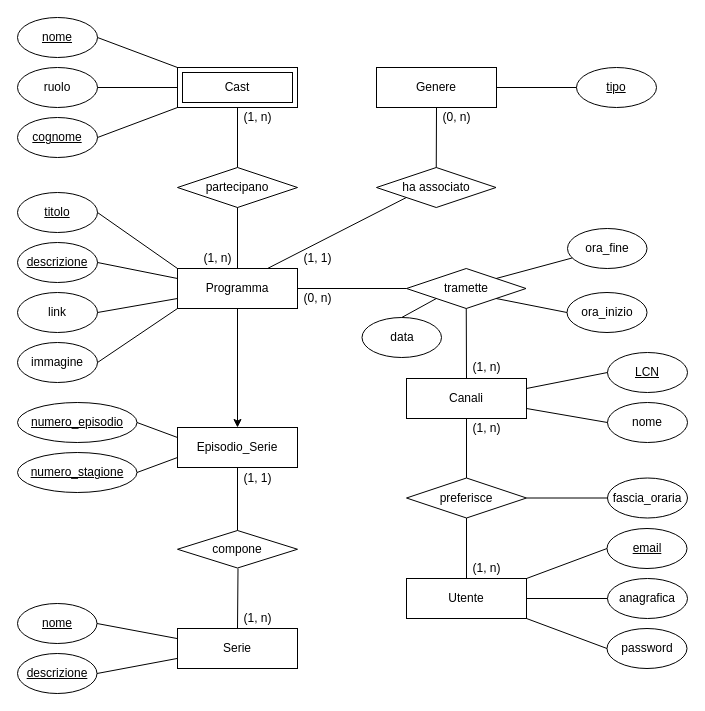
Earlier version of the draw.io diagram Diagramma ER.drawio (Timat-Piderma/progetto-DB). Source tidied: cells renumbered, new cells numbered last; positions are measured from the earlier drawing's top-left corner, leaving out a move shared by most shapes. Both pictures are drawn from the tidied source at 100%, with x=0, y=0 at pixel (17, 17).
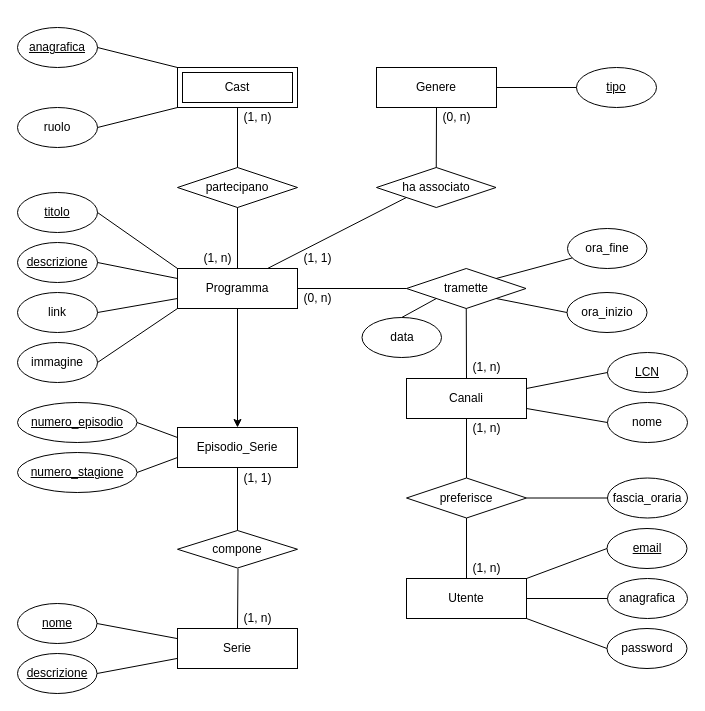
The same diagram, later.

Commit message (it also covers changes not shown here):
aggiornato diagramma er

Unchanged cells that the change refers to:
```xml
<mxCell id="7" value="Cast" style="shape=ext;margin=3;double=1;whiteSpace=wrap;html=1;align=center;fontFamily=Helvetica;fontSize=12;fontColor=default;strokeColor=default;fillColor=default;" parent="1" vertex="1">
  <mxGeometry x="160" y="50" width="120" height="40" as="geometry" />
</mxCell>
```

What changed in the source:
```diff
@@
-    <mxCell id="18" value="nome" style="ellipse;whiteSpace=wrap;html=1;align=center;fontStyle=4;" parent="1" vertex="1">
-      <mxGeometry width="80" height="40" as="geometry" />
+    <mxCell id="18" value="anagrafica" style="ellipse;whiteSpace=wrap;html=1;align=center;fontStyle=4;" parent="1" vertex="1">
+      <mxGeometry y="10" width="80" height="40" as="geometry" />
     </mxCell>
     <mxCell id="19" value="ruolo" style="ellipse;whiteSpace=wrap;html=1;align=center;" parent="1" vertex="1">
-      <mxGeometry y="50" width="80" height="40" as="geometry" />
+      <mxGeometry y="90" width="80" height="40" as="geometry" />
     </mxCell>
-    <mxCell id="20" value="&lt;u&gt;cognome&lt;/u&gt;" style="ellipse;whiteSpace=wrap;html=1;align=center;" parent="1" vertex="1">
-      <mxGeometry y="100" width="80" height="40" as="geometry" />
-    </mxCell>
@@
-    <mxCell id="30" style="endArrow=none;html=1;rounded=0;exitX=1;exitY=0.5;exitDx=0;exitDy=0;entryX=0;entryY=0.5;entryDx=0;entryDy=0;" parent="1" edge="1" source="19" target="7">
+    <mxCell id="30" style="endArrow=none;html=1;rounded=0;exitX=1;exitY=0.5;exitDx=0;exitDy=0;entryX=0;entryY=1;entryDx=0;entryDy=0;" parent="1" edge="1" source="19" target="7">
       <mxGeometry relative="1" as="geometry" />
     </mxCell>
-    <mxCell id="31" style="endArrow=none;html=1;rounded=0;exitX=1;exitY=0.5;exitDx=0;exitDy=0;entryX=0;entryY=1;entryDx=0;entryDy=0;" parent="1" edge="1" source="20" target="7">
-      <mxGeometry relative="1" as="geometry" />
-    </mxCell>
```
